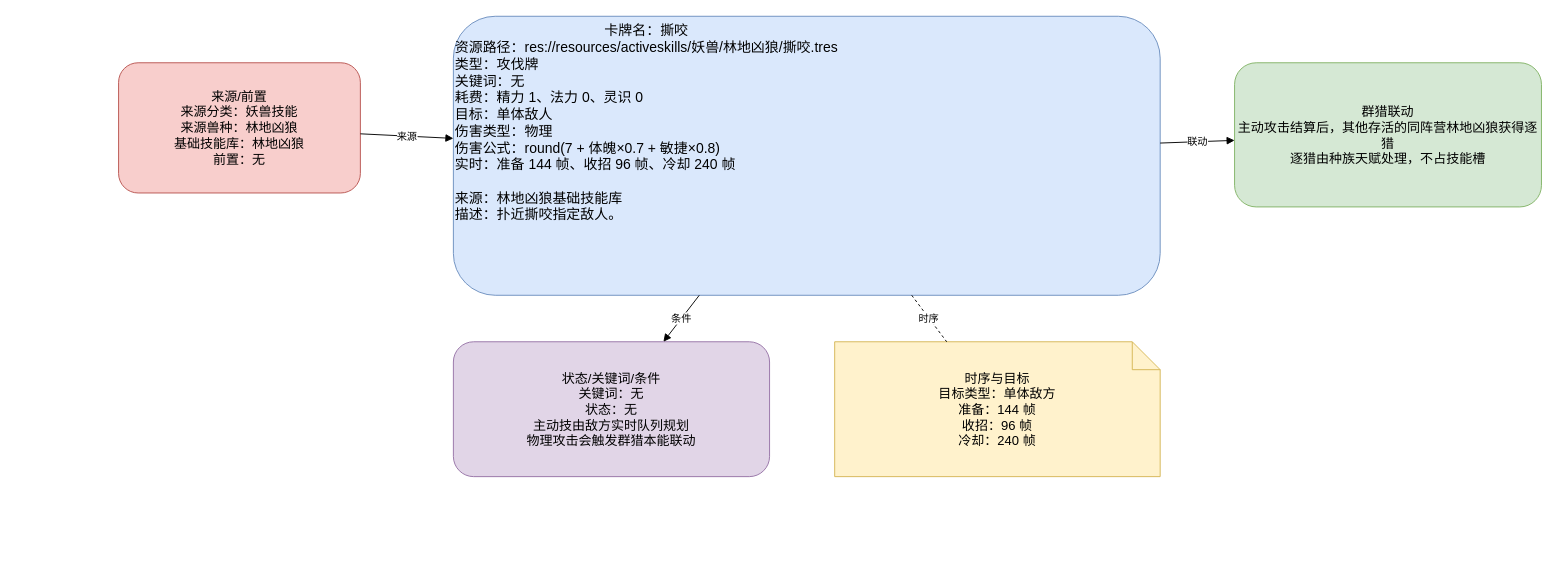
This is page "撕咬" (1 of 2) of docs/卡牌词典/妖兽/林地凶狼/撕咬.drawio from ankundanetracyc-spec/tian-guan-you-du, a draw.io file, before an edit. Source tidied: cells renumbered, new cells numbered last; positions are measured from the earlier drawing's top-left corner, leaving out a move shared by most shapes. Both pictures are drawn from the tidied source at 93%, with x=0, y=0 at pixel (118, 16).
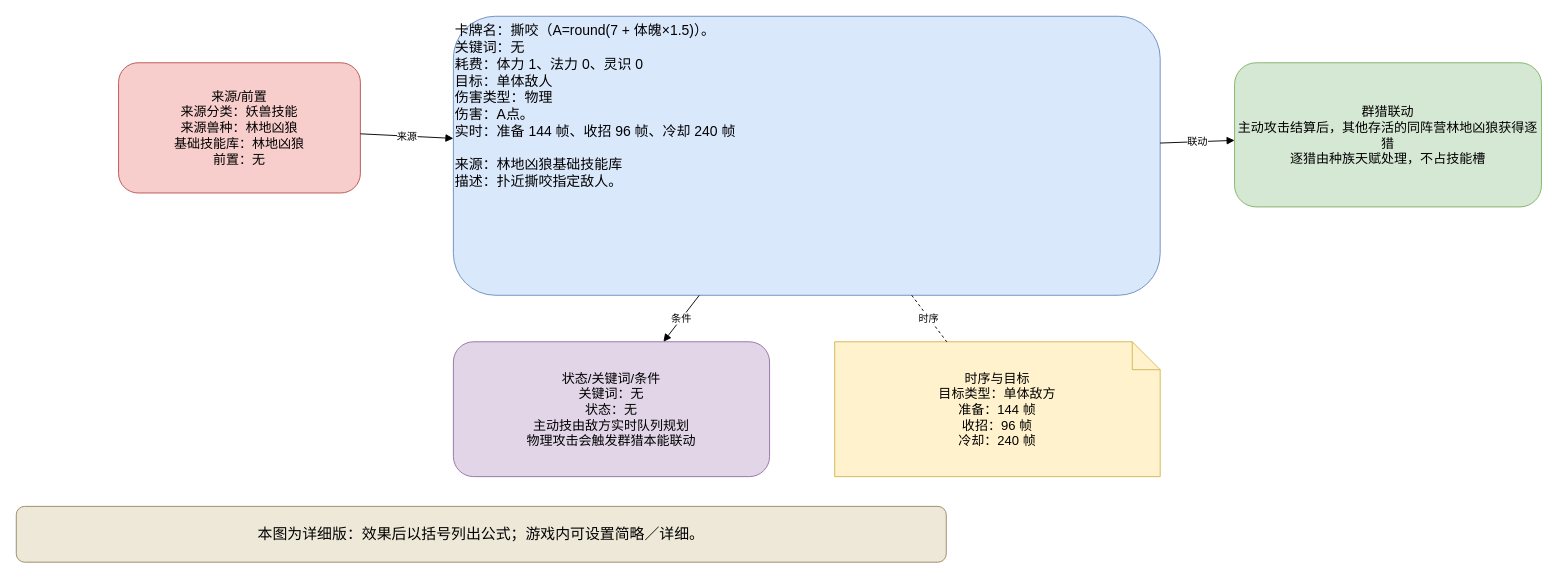
The same page after the edit.

Diff of the diagram source:
```diff
@@
 <mxGraphModel>
   <root>
     <mxCell id="0" />
     <mxCell id="1" parent="0" />
-    <mxCell id="2" value="&lt;div style=&quot;text-align:center;&quot;&gt;卡牌名：撕咬&lt;/div&gt;&lt;div style=&quot;text-align:left;&quot;&gt;资源路径：res://resources/activeskills/妖兽/林地凶狼/撕咬.tres&lt;br&gt;类型：攻伐牌&lt;br&gt;关键词：无&lt;br&gt;耗费：精力 1、法力 0、灵识 0&lt;br&gt;目标：单体敌人&lt;br&gt;伤害类型：物理&lt;br&gt;伤害公式：round(7 + 体魄×0.7 + 敏捷×0.8)&lt;br&gt;实时：准备 144 帧、收招 96 帧、冷却 240 帧&lt;/div&gt;&lt;br&gt;来源：林地凶狼基础技能库&lt;br&gt;描述：扑近撕咬指定敌人。" style="rounded=1;whiteSpace=wrap;html=1;fillColor=#dae8fc;strokeColor=#6c8ebf;fontSize=15;align=left;verticalAlign=top;" parent="1" vertex="1">
+    <mxCell id="2" value="卡牌名：撕咬（A=round(7 + 体魄×1.5)）。&#10;关键词：无&#10;耗费：体力 1、法力 0、灵识 0&#10;目标：单体敌人&#10;伤害类型：物理&#10;伤害：A点。&#10;实时：准备 144 帧、收招 96 帧、冷却 240 帧&#10;&#10;来源：林地凶狼基础技能库&#10;描述：扑近撕咬指定敌人。" style="rounded=1;whiteSpace=wrap;html=1;fillColor=#dae8fc;strokeColor=#6c8ebf;fontSize=15;align=left;verticalAlign=top;" parent="1" vertex="1">
       <mxGeometry x="360" width="760" height="300" as="geometry" />
     </mxCell>
     <mxCell id="3" value="来源/前置&#10;来源分类：妖兽技能&#10;来源兽种：林地凶狼&#10;基础技能库：林地凶狼&#10;前置：无" style="rounded=1;whiteSpace=wrap;html=1;fillColor=#f8cecc;strokeColor=#b85450;fontSize=14;" parent="1" vertex="1">
       <mxGeometry y="50" width="260" height="140" as="geometry" />
     </mxCell>
     <mxCell id="4" value="群猎联动&#10;主动攻击结算后，其他存活的同阵营林地凶狼获得逐猎&#10;逐猎由种族天赋处理，不占技能槽" style="rounded=1;whiteSpace=wrap;html=1;fillColor=#d5e8d4;strokeColor=#82b366;fontSize=14;" parent="1" vertex="1">
       <mxGeometry x="1200" y="50" width="330" height="155" as="geometry" />
     </mxCell>
     <mxCell id="5" value="状态/关键词/条件&#10;关键词：无&#10;状态：无&#10;主动技由敌方实时队列规划&#10;物理攻击会触发群猎本能联动" style="rounded=1;whiteSpace=wrap;html=1;fillColor=#e1d5e7;strokeColor=#9673a6;fontSize=14;" parent="1" vertex="1">
       <mxGeometry x="360" y="350" width="340" height="145" as="geometry" />
     </mxCell>
     <mxCell id="6" value="时序与目标&#10;目标类型：单体敌方&#10;准备：144 帧&#10;收招：96 帧&#10;冷却：240 帧" style="shape=note;whiteSpace=wrap;html=1;fillColor=#fff2cc;strokeColor=#d6b656;fontSize=14;" parent="1" vertex="1">
       <mxGeometry x="770" y="350" width="350" height="145" as="geometry" />
     </mxCell>
     <mxCell id="7" value="来源" style="endArrow=block;html=1;rounded=0;" parent="1" edge="1" source="3" target="2">
       <mxGeometry relative="1" as="geometry" />
     </mxCell>
     <mxCell id="8" value="联动" style="endArrow=block;html=1;rounded=0;" parent="1" edge="1" source="2" target="4">
       <mxGeometry relative="1" as="geometry" />
     </mxCell>
     <mxCell id="9" value="条件" style="endArrow=block;html=1;rounded=0;" parent="1" edge="1" source="2" target="5">
       <mxGeometry relative="1" as="geometry" />
     </mxCell>
     <mxCell id="10" value="时序" style="endArrow=none;dashed=1;html=1;" parent="1" edge="1" source="2" target="6">
       <mxGeometry relative="1" as="geometry" />
     </mxCell>
+    <mxCell id="11" value="本图为详细版：效果后以括号列出公式；游戏内可设置简略／详细。" style="rounded=1;whiteSpace=wrap;html=1;fillColor=#eee8d8;strokeColor=#9a8967;fontSize=16;" parent="1" vertex="1">
+      <mxGeometry x="-110" y="527" width="1000" height="60" as="geometry" />
+    </mxCell>
   </root>
 </mxGraphModel>
```
